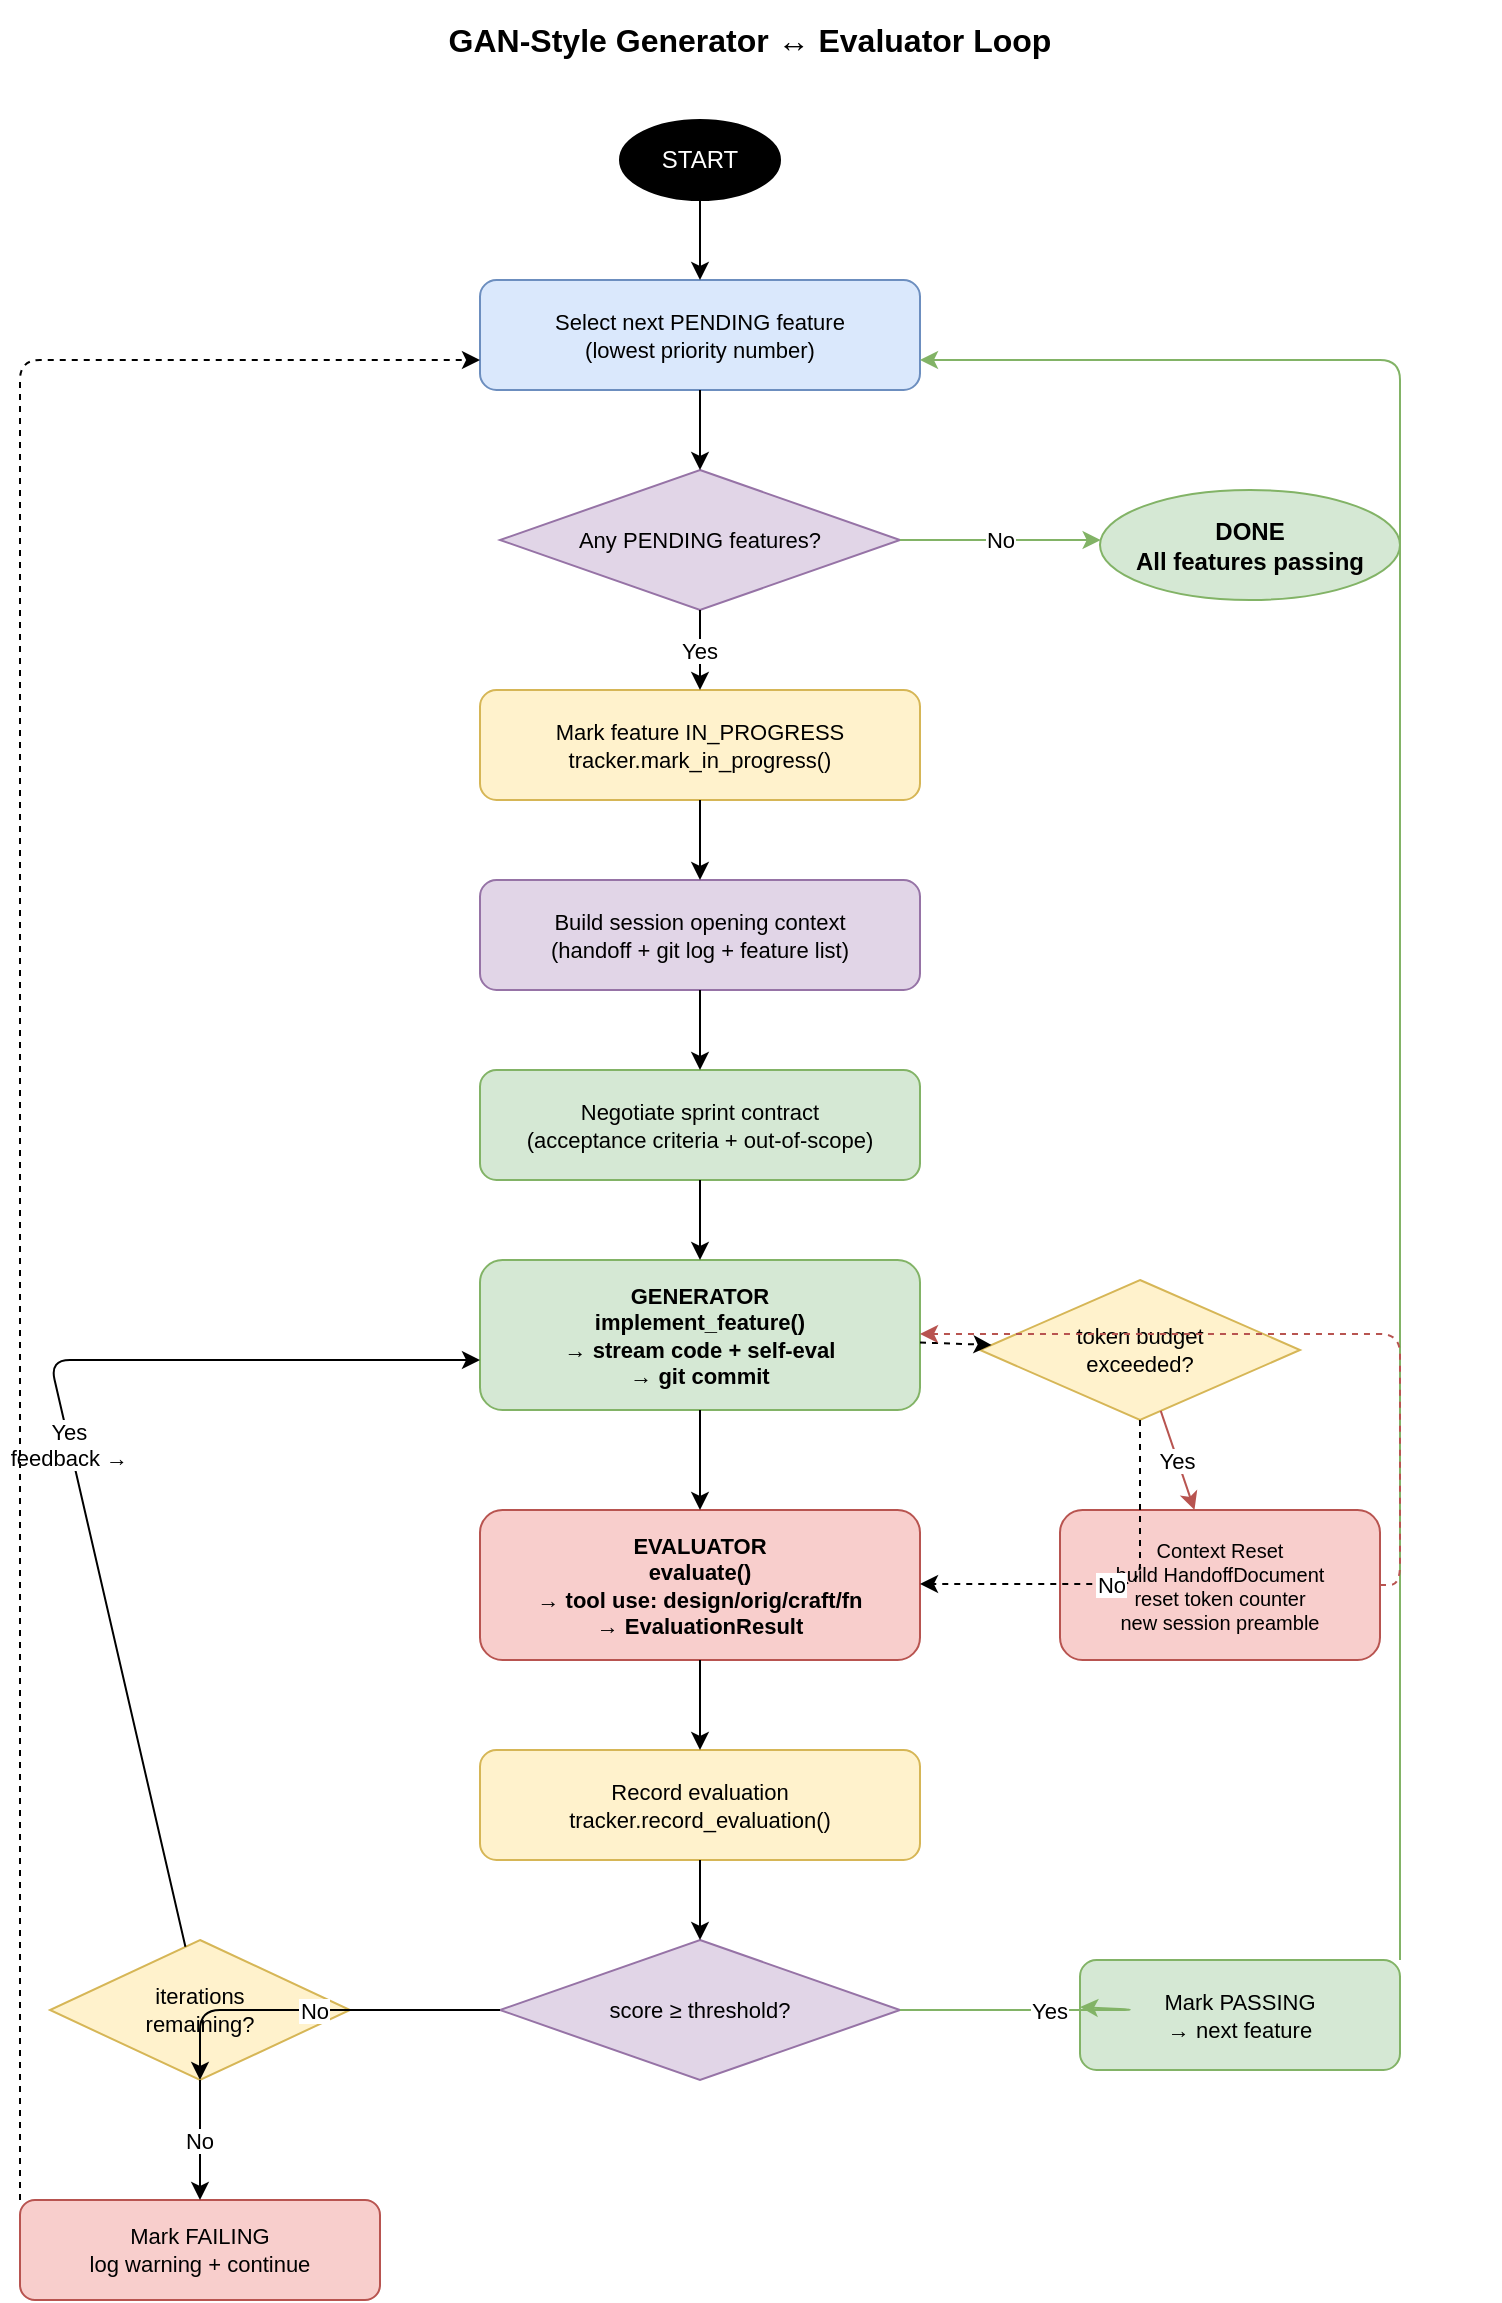
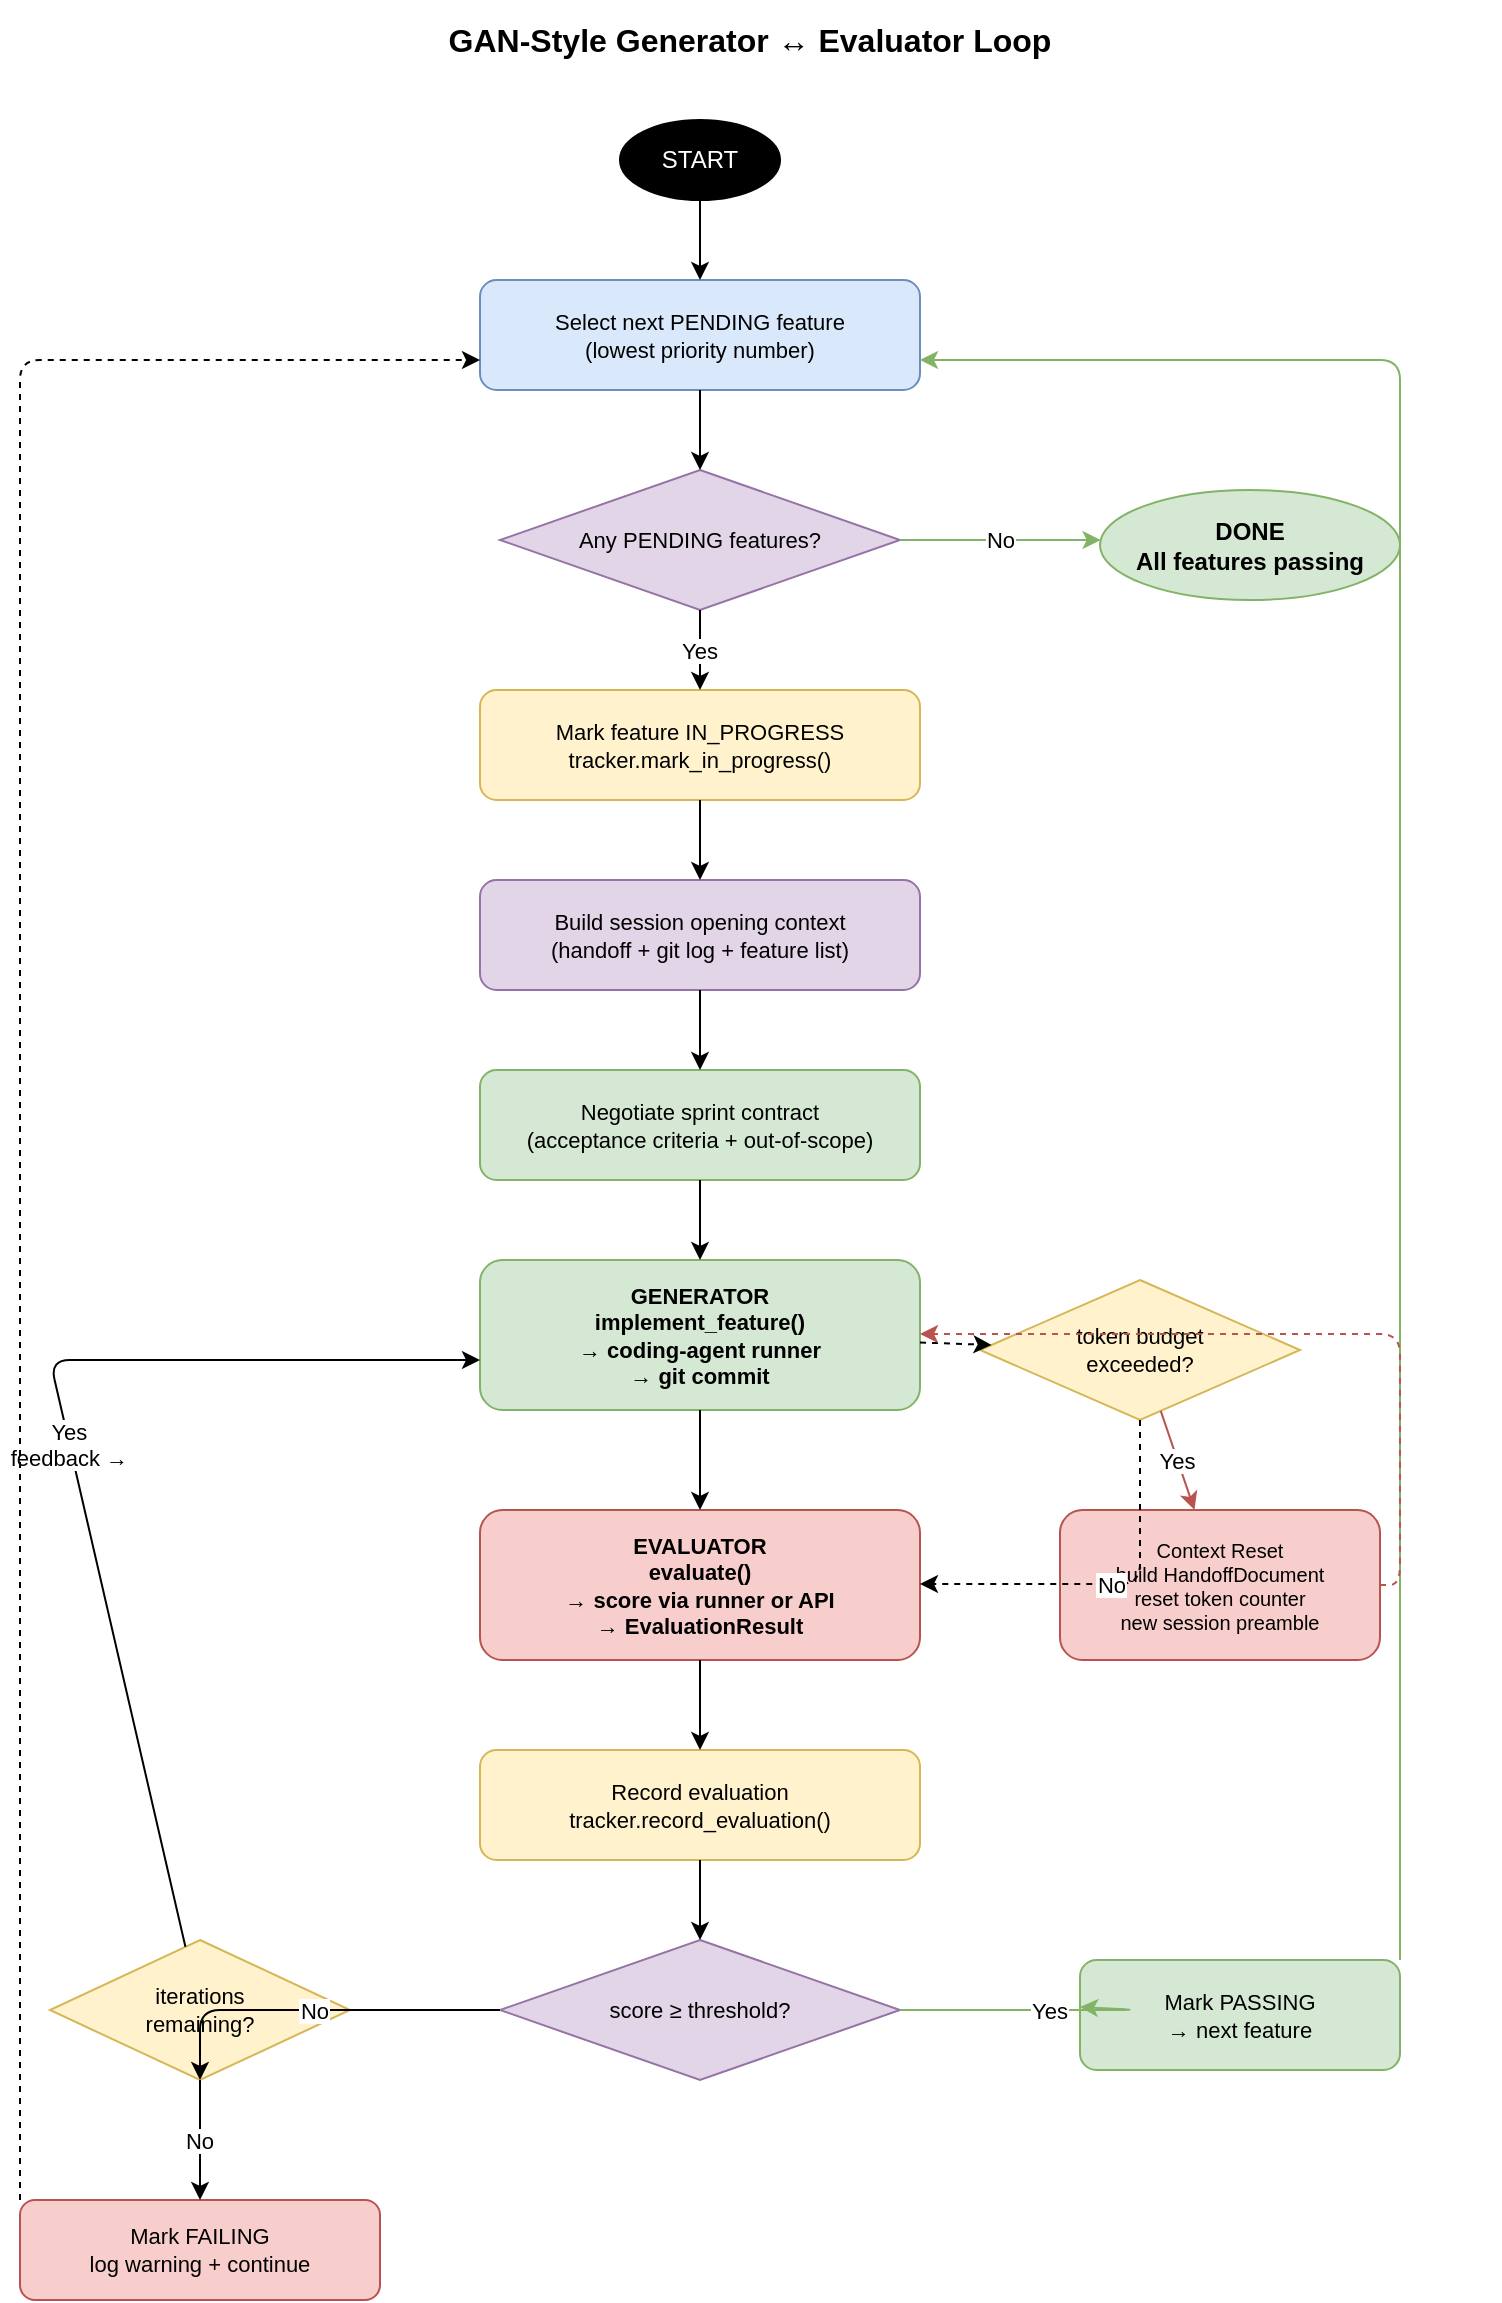
<mxfile host="Claude Code" modified="2026-05-03" version="21.0.0">
  <diagram name="GAN Loop Flowchart" id="gan-loop">
    <mxGraphModel dx="1422" dy="762" grid="1" gridSize="10" guides="1" tooltips="1" connect="1" arrows="1" fold="1" page="1" pageScale="1" pageWidth="850" pageHeight="1169" math="0" shadow="0">
      <root>
        <mxCell id="0" />
        <mxCell id="1" parent="0" />

        <!-- Title -->
        <mxCell id="title" value="GAN-Style Generator ↔ Evaluator Loop" style="text;html=1;strokeColor=none;fillColor=none;align=center;verticalAlign=middle;whiteSpace=wrap;rounded=0;fontSize=16;fontStyle=1;" vertex="1" parent="1">
          <mxGeometry x="50" y="20" width="750" height="40" as="geometry" />
        </mxCell>

        <!-- Start -->
        <mxCell id="start" value="START" style="ellipse;whiteSpace=wrap;html=1;fillColor=#000000;fontColor=#ffffff;strokeColor=#000000;fontSize=12;" vertex="1" parent="1">
          <mxGeometry x="360" y="80" width="80" height="40" as="geometry" />
        </mxCell>

        <!-- Select feature -->
        <mxCell id="select" value="Select next PENDING feature&#xa;(lowest priority number)" style="rounded=1;whiteSpace=wrap;html=1;fillColor=#dae8fc;strokeColor=#6c8ebf;fontSize=11;" vertex="1" parent="1">
          <mxGeometry x="290" y="160" width="220" height="55" as="geometry" />
        </mxCell>

        <!-- Any pending? -->
        <mxCell id="any-pending" value="Any PENDING features?" style="rhombus;whiteSpace=wrap;html=1;fillColor=#e1d5e7;strokeColor=#9673a6;fontSize=11;" vertex="1" parent="1">
          <mxGeometry x="300" y="255" width="200" height="70" as="geometry" />
        </mxCell>

        <!-- Done -->
        <mxCell id="done" value="DONE&#xa;All features passing" style="ellipse;whiteSpace=wrap;html=1;fillColor=#d5e8d4;strokeColor=#82b366;fontSize=12;fontStyle=1;" vertex="1" parent="1">
          <mxGeometry x="600" y="265" width="150" height="55" as="geometry" />
        </mxCell>

        <!-- Mark in progress -->
        <mxCell id="mark-inprog" value="Mark feature IN_PROGRESS&#xa;tracker.mark_in_progress()" style="rounded=1;whiteSpace=wrap;html=1;fillColor=#fff2cc;strokeColor=#d6b656;fontSize=11;" vertex="1" parent="1">
          <mxGeometry x="290" y="365" width="220" height="55" as="geometry" />
        </mxCell>

        <!-- Session opener -->
        <mxCell id="session-ctx" value="Build session opening context&#xa;(handoff + git log + feature list)" style="rounded=1;whiteSpace=wrap;html=1;fillColor=#e1d5e7;strokeColor=#9673a6;fontSize=11;" vertex="1" parent="1">
          <mxGeometry x="290" y="460" width="220" height="55" as="geometry" />
        </mxCell>

        <!-- Sprint contract -->
        <mxCell id="contract" value="Negotiate sprint contract&#xa;(acceptance criteria + out-of-scope)" style="rounded=1;whiteSpace=wrap;html=1;fillColor=#d5e8d4;strokeColor=#82b366;fontSize=11;" vertex="1" parent="1">
          <mxGeometry x="290" y="555" width="220" height="55" as="geometry" />
        </mxCell>

        <!-- Generate -->
-         <mxCell id="generate" value="GENERATOR&#xa;implement_feature()&#xa;→ stream code + self-eval&#xa;→ git commit" style="rounded=1;whiteSpace=wrap;html=1;fillColor=#d5e8d4;strokeColor=#82b366;fontSize=11;fontStyle=1;" vertex="1" parent="1">
+         <mxCell id="generate" value="GENERATOR&#xa;implement_feature()&#xa;→ coding-agent runner&#xa;→ git commit" style="rounded=1;whiteSpace=wrap;html=1;fillColor=#d5e8d4;strokeColor=#82b366;fontSize=11;fontStyle=1;" vertex="1" parent="1">
          <mxGeometry x="290" y="650" width="220" height="75" as="geometry" />
        </mxCell>

        <!-- Evaluate -->
-         <mxCell id="evaluate" value="EVALUATOR&#xa;evaluate()&#xa;→ tool use: design/orig/craft/fn&#xa;→ EvaluationResult" style="rounded=1;whiteSpace=wrap;html=1;fillColor=#f8cecc;strokeColor=#b85450;fontSize=11;fontStyle=1;" vertex="1" parent="1">
+         <mxCell id="evaluate" value="EVALUATOR&#xa;evaluate()&#xa;→ score via runner or API&#xa;→ EvaluationResult" style="rounded=1;whiteSpace=wrap;html=1;fillColor=#f8cecc;strokeColor=#b85450;fontSize=11;fontStyle=1;" vertex="1" parent="1">
          <mxGeometry x="290" y="775" width="220" height="75" as="geometry" />
        </mxCell>

        <!-- Record eval -->
        <mxCell id="record" value="Record evaluation&#xa;tracker.record_evaluation()" style="rounded=1;whiteSpace=wrap;html=1;fillColor=#fff2cc;strokeColor=#d6b656;fontSize=11;" vertex="1" parent="1">
          <mxGeometry x="290" y="895" width="220" height="55" as="geometry" />
        </mxCell>

        <!-- Score check -->
        <mxCell id="score-check" value="score ≥ threshold?" style="rhombus;whiteSpace=wrap;html=1;fillColor=#e1d5e7;strokeColor=#9673a6;fontSize=11;" vertex="1" parent="1">
          <mxGeometry x="300" y="990" width="200" height="70" as="geometry" />
        </mxCell>

        <!-- Passed -->
        <mxCell id="commit" value="Mark PASSING&#xa;→ next feature" style="rounded=1;whiteSpace=wrap;html=1;fillColor=#d5e8d4;strokeColor=#82b366;fontSize=11;" vertex="1" parent="1">
          <mxGeometry x="590" y="1000" width="160" height="55" as="geometry" />
        </mxCell>

        <!-- Iterations check -->
        <mxCell id="iter-check" value="iterations&#xa;remaining?" style="rhombus;whiteSpace=wrap;html=1;fillColor=#fff2cc;strokeColor=#d6b656;fontSize=11;" vertex="1" parent="1">
          <mxGeometry x="75" y="990" width="150" height="70" as="geometry" />
        </mxCell>

        <!-- Max iterations reached -->
        <mxCell id="max-iter" value="Mark FAILING&#xa;log warning + continue" style="rounded=1;whiteSpace=wrap;html=1;fillColor=#f8cecc;strokeColor=#b85450;fontSize=11;" vertex="1" parent="1">
          <mxGeometry x="60" y="1120" width="180" height="50" as="geometry" />
        </mxCell>

        <!-- Token budget check -->
        <mxCell id="token-check" value="token budget&#xa;exceeded?" style="rhombus;whiteSpace=wrap;html=1;fillColor=#fff2cc;strokeColor=#d6b656;fontSize=11;" vertex="1" parent="1">
          <mxGeometry x="540" y="660" width="160" height="70" as="geometry" />
        </mxCell>

        <!-- Context reset -->
        <mxCell id="ctx-reset" value="Context Reset&#xa;build HandoffDocument&#xa;reset token counter&#xa;new session preamble" style="rounded=1;whiteSpace=wrap;html=1;fillColor=#f8cecc;strokeColor=#b85450;fontSize=10;" vertex="1" parent="1">
          <mxGeometry x="580" y="775" width="160" height="75" as="geometry" />
        </mxCell>

        <!-- Edges -->
        <mxCell id="e-start-select" edge="1" source="start" target="select" parent="1"><mxGeometry relative="1" as="geometry"/></mxCell>
        <mxCell id="e-select-anypend" edge="1" source="select" target="any-pending" parent="1"><mxGeometry relative="1" as="geometry"/></mxCell>
        <mxCell id="e-anypend-no" value="No" style="edgeStyle=orthogonalEdgeStyle;html=1;strokeColor=#82b366;" edge="1" source="any-pending" target="done" parent="1"><mxGeometry relative="1" as="geometry"><Array as="points"><mxPoint x="650" y="290"/></Array></mxGeometry></mxCell>
        <mxCell id="e-anypend-yes" value="Yes" edge="1" source="any-pending" target="mark-inprog" parent="1"><mxGeometry relative="1" as="geometry"/></mxCell>
        <mxCell id="e-mark-session" edge="1" source="mark-inprog" target="session-ctx" parent="1"><mxGeometry relative="1" as="geometry"/></mxCell>
        <mxCell id="e-session-contract" edge="1" source="session-ctx" target="contract" parent="1"><mxGeometry relative="1" as="geometry"/></mxCell>
        <mxCell id="e-contract-gen" edge="1" source="contract" target="generate" parent="1"><mxGeometry relative="1" as="geometry"/></mxCell>
        <mxCell id="e-gen-eval" edge="1" source="generate" target="evaluate" parent="1"><mxGeometry relative="1" as="geometry"/></mxCell>
        <mxCell id="e-eval-record" edge="1" source="evaluate" target="record" parent="1"><mxGeometry relative="1" as="geometry"/></mxCell>
        <mxCell id="e-record-score" edge="1" source="record" target="score-check" parent="1"><mxGeometry relative="1" as="geometry"/></mxCell>
        <mxCell id="e-score-yes" value="Yes" style="strokeColor=#82b366;" edge="1" source="score-check" target="commit" parent="1"><mxGeometry relative="1" as="geometry"><Array as="points"><mxPoint x="620" y="1025"/></Array></mxGeometry></mxCell>
        <mxCell id="e-commit-select" style="edgeStyle=orthogonalEdgeStyle;strokeColor=#82b366;" edge="1" source="commit" target="select" parent="1"><mxGeometry relative="1" as="geometry"><Array as="points"><mxPoint x="750" y="200"/><mxPoint x="400" y="200"/></Array></mxGeometry></mxCell>
        <mxCell id="e-score-no" value="No" edge="1" source="score-check" target="iter-check" parent="1"><mxGeometry relative="1" as="geometry"><Array as="points"><mxPoint x="300" y="1025"/><mxPoint x="150" y="1025"/></Array></mxGeometry></mxCell>
        <mxCell id="e-iter-yes" value="Yes&#xa;feedback →" edge="1" source="iter-check" target="generate" parent="1"><mxGeometry relative="1" as="geometry"><Array as="points"><mxPoint x="75" y="700"/><mxPoint x="290" y="700"/></Array></mxGeometry></mxCell>
        <mxCell id="e-iter-no" value="No" edge="1" source="iter-check" target="max-iter" parent="1"><mxGeometry relative="1" as="geometry"/></mxCell>
        <mxCell id="e-maxiter-select" style="edgeStyle=orthogonalEdgeStyle;dashed=1;" edge="1" source="max-iter" target="select" parent="1"><mxGeometry relative="1" as="geometry"><Array as="points"><mxPoint x="60" y="200"/><mxPoint x="290" y="200"/></Array></mxGeometry></mxCell>
        <mxCell id="e-gen-tokencheck" style="dashed=1;" edge="1" source="generate" target="token-check" parent="1"><mxGeometry relative="1" as="geometry"/></mxCell>
        <mxCell id="e-token-yes" value="Yes" style="strokeColor=#b85450;" edge="1" source="token-check" target="ctx-reset" parent="1"><mxGeometry relative="1" as="geometry"/></mxCell>
        <mxCell id="e-ctx-gen" style="edgeStyle=orthogonalEdgeStyle;strokeColor=#b85450;dashed=1;" edge="1" source="ctx-reset" target="generate" parent="1"><mxGeometry relative="1" as="geometry"><Array as="points"><mxPoint x="750" y="812"/><mxPoint x="750" y="687"/><mxPoint x="510" y="687"/></Array></mxGeometry></mxCell>
        <mxCell id="e-token-no" value="No" style="dashed=1;" edge="1" source="token-check" target="evaluate" parent="1"><mxGeometry relative="1" as="geometry"><Array as="points"><mxPoint x="620" y="812"/><mxPoint x="510" y="812"/></Array></mxGeometry></mxCell>

      </root>
    </mxGraphModel>
  </diagram>
</mxfile>
